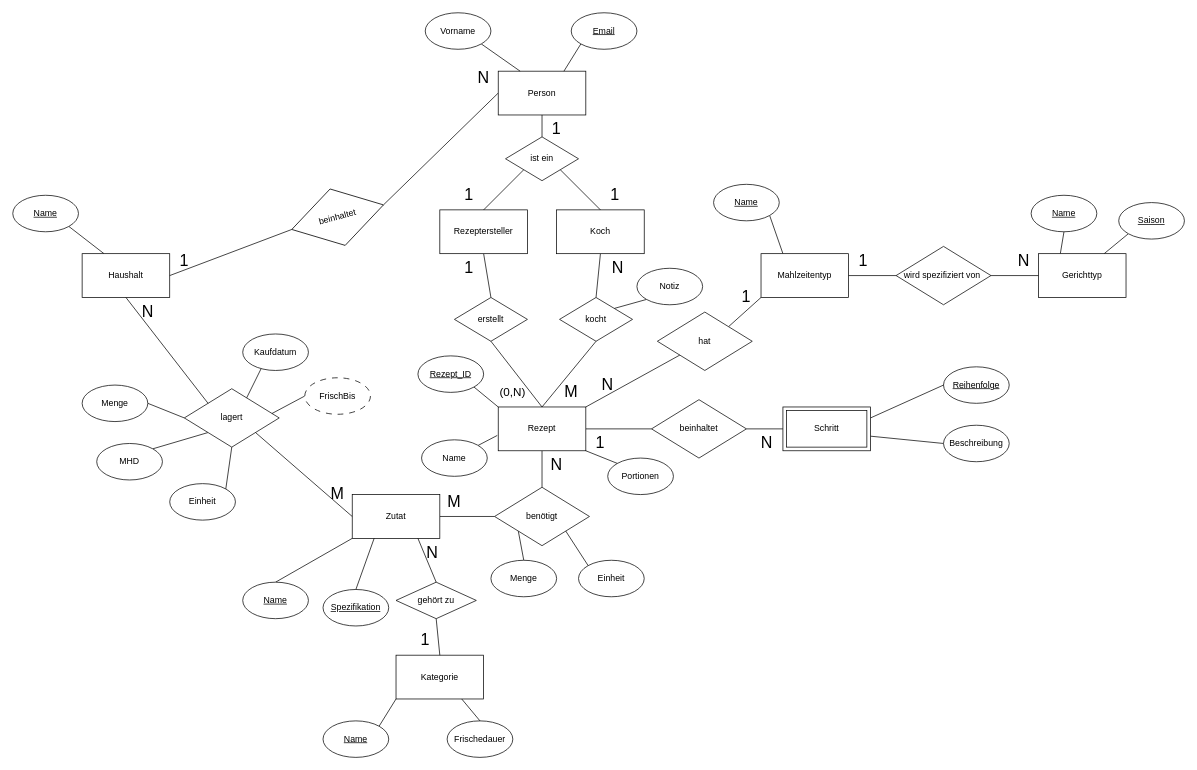
yvesivo/datenbanken-kochbuch keeps this draw.io diagram as ERM_Rezeptdatenbank.drawio. Above is the earlier version. Source tidied: cells renumbered, new cells numbered last; positions are measured from the earlier drawing's top-left corner, leaving out a move shared by most shapes. Both pictures are drawn from the tidied source at 73%, with x=0, y=0 at pixel (12, 12).
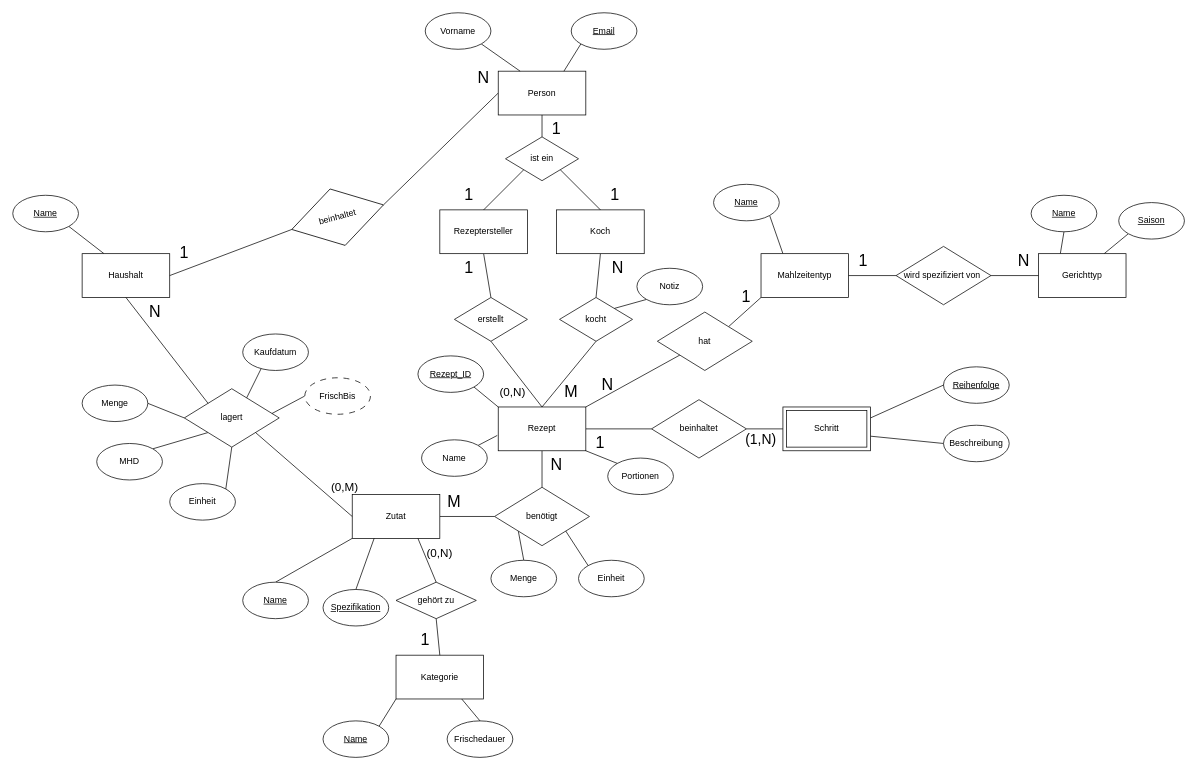
Above is the later version.

Commit message (it also covers changes not shown here):
Add more specific connection between entities

The change refers to these unchanged cells:
```xml
<mxCell id="27" style="group;" parent="1" vertex="1">
  <mxGeometry x="95" y="320" width="160" height="110" as="geometry" />
</mxCell>
<mxCell id="32" style="group;" parent="1" vertex="1">
  <mxGeometry x="425" y="650" width="200" height="70" as="geometry" />
</mxCell>
```

What changed in the source:
```diff
@@
     <mxCell id="29" value="&lt;font style=&quot;font-size: 22px;&quot;&gt;1&lt;/font&gt;" style="text;html=1;whiteSpace=wrap;strokeColor=none;fillColor=none;align=center;verticalAlign=middle;rounded=0;" parent="27" vertex="1">
-      <mxGeometry x="120" width="40" height="40" as="geometry" />
+      <mxGeometry x="120" y="-10" width="40" height="40" as="geometry" />
     </mxCell>
@@
     <mxCell id="31" value="&lt;font style=&quot;font-size: 22px;&quot;&gt;N&lt;/font&gt;" style="text;html=1;whiteSpace=wrap;strokeColor=none;fillColor=none;align=center;verticalAlign=middle;rounded=0;" parent="27" vertex="1">
-      <mxGeometry x="70" y="70" width="40" height="40" as="geometry" />
+      <mxGeometry x="80" y="70" width="40" height="40" as="geometry" />
     </mxCell>
@@
-    <mxCell id="35" value="&lt;font style=&quot;font-size: 22px;&quot;&gt;M&lt;/font&gt;" style="text;html=1;whiteSpace=wrap;strokeColor=none;fillColor=none;align=center;verticalAlign=middle;rounded=0;" parent="32" vertex="1">
-      <mxGeometry y="-10" width="40" height="40" as="geometry" />
-    </mxCell>
@@
-    <mxCell id="61" value="&lt;span style=&quot;font-size: 22px;&quot;&gt;N&lt;/span&gt;" style="text;html=1;whiteSpace=wrap;strokeColor=none;fillColor=none;align=center;verticalAlign=middle;rounded=0;" parent="1" vertex="1">
-      <mxGeometry x="1013" y="570" width="40" height="40" as="geometry" />
+    <mxCell id="61" value="&lt;span style=&quot;font-size: 19px;&quot;&gt;(1,N)&lt;/span&gt;" style="text;html=1;whiteSpace=wrap;strokeColor=none;fillColor=none;align=center;verticalAlign=middle;rounded=0;fontSize=9;" parent="1" vertex="1">
+      <mxGeometry x="1005" y="565" width="40" height="40" as="geometry" />
     </mxCell>
@@
-    <mxCell id="116" value="&lt;span style=&quot;font-size: 22px;&quot;&gt;N&lt;/span&gt;" style="text;html=1;whiteSpace=wrap;strokeColor=none;fillColor=none;align=center;verticalAlign=middle;rounded=0;" parent="1" vertex="1">
-      <mxGeometry x="555" y="720" width="40" height="40" as="geometry" />
+    <mxCell id="116" value="&lt;span style=&quot;font-size: 16px;&quot;&gt;(0,N)&lt;/span&gt;" style="text;html=1;whiteSpace=wrap;strokeColor=none;fillColor=none;align=center;verticalAlign=middle;rounded=0;fontSize=6;" parent="1" vertex="1">
+      <mxGeometry x="565" y="720" width="40" height="40" as="geometry" />
     </mxCell>
@@
+    <mxCell id="35" value="&lt;font style=&quot;font-size: 16px;&quot;&gt;(0,M)&lt;/font&gt;" style="text;html=1;whiteSpace=wrap;strokeColor=none;fillColor=none;align=center;verticalAlign=middle;rounded=0;fontSize=6;" parent="1" vertex="1">
+      <mxGeometry x="425" y="630" width="60" height="40" as="geometry" />
+    </mxCell>
```
